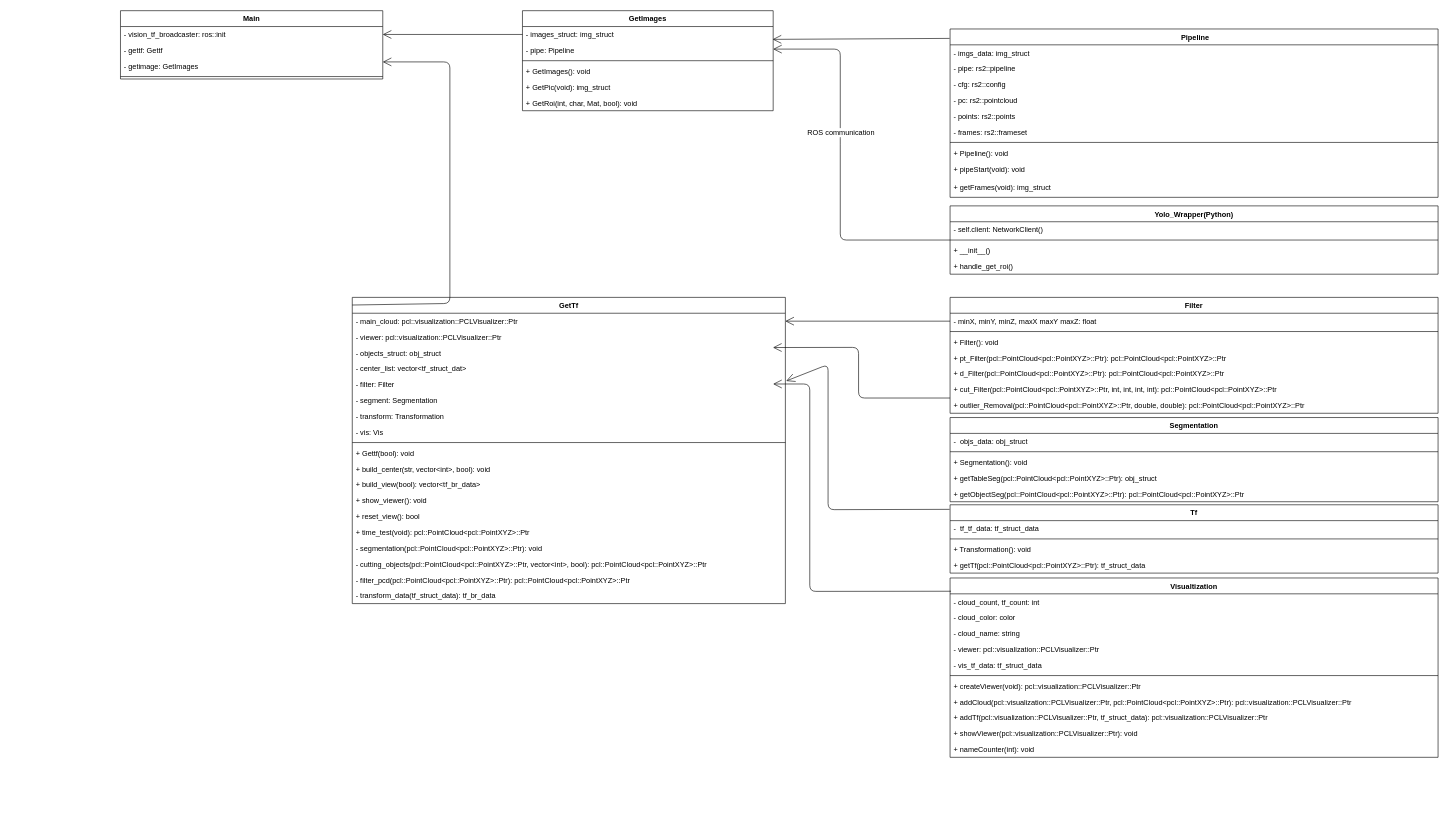
Above: docs/3D_vision_class_diagram_yolo_v1.drawio in JeroenBongers96/suii_3d_vision_ros (draw.io), before the change. Source tidied: cells renumbered, new cells numbered last; positions are measured from the earlier drawing's top-left corner, leaving out a move shared by most shapes. Both pictures are drawn from the tidied source at 61%, with x=0, y=0 at pixel (120, 10).
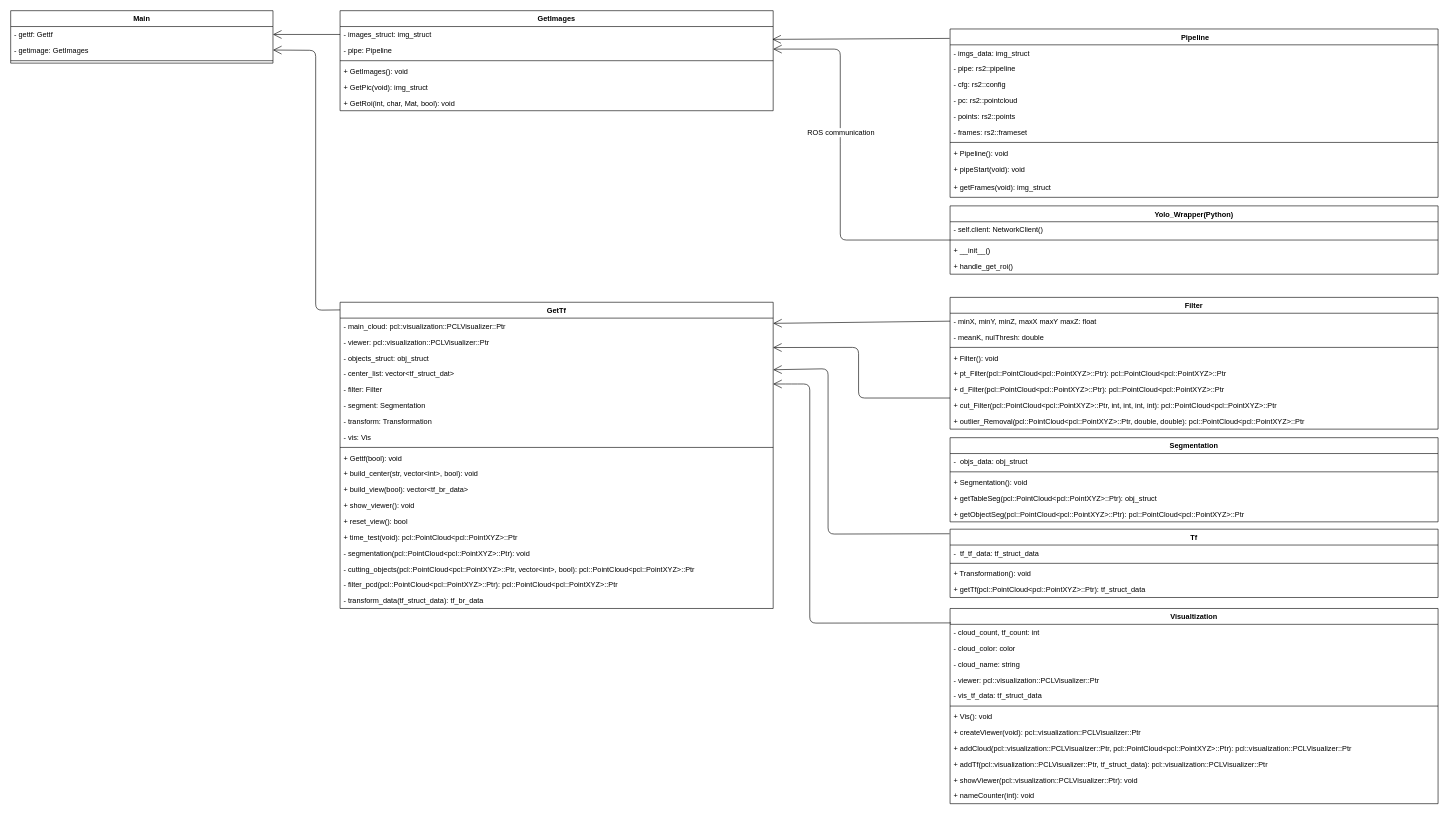
The same page after the edit.

Commit message:
doc: finished class diagram

Unchanged cells that the change refers to:
```xml
<mxCell id="34" value="- center_list: vector&lt;tf_struct_dat&gt;" style="text;strokeColor=none;fillColor=none;align=left;verticalAlign=top;spacingLeft=4;spacingRight=4;overflow=hidden;points=[[0,0.5],[1,0.5]];portConstraint=eastwest;spacingTop=0;spacing=2;" parent="30" vertex="1">
  <mxGeometry y="104" width="710" height="26" as="geometry" />
</mxCell>
<mxCell id="35" value="- filter: Filter" style="text;strokeColor=none;fillColor=none;align=left;verticalAlign=top;spacingLeft=4;spacingRight=4;overflow=hidden;points=[[0,0.5],[1,0.5]];portConstraint=eastwest;spacingTop=0;spacing=2;" parent="30" vertex="1">
  <mxGeometry y="130" width="710" height="26" as="geometry" />
</mxCell>
```

Diff of the diagram source:
```diff
@@
     <mxCell id="13" value="Visualtization" style="swimlane;fontStyle=1;align=center;verticalAlign=top;horizontal=1;startSize=26;spacingTop=0;spacing=2;" parent="1" vertex="1">
-      <mxGeometry x="1360" y="930" width="800" height="294" as="geometry" />
+      <mxGeometry x="1360" y="980" width="800" height="320" as="geometry" />
     </mxCell>
@@
+    <mxCell id="90" value="+ Vis(): void" style="text;strokeColor=none;fillColor=none;align=left;verticalAlign=top;spacingLeft=4;spacingRight=4;overflow=hidden;spacingTop=0;spacing=2;" parent="13" vertex="1">
+      <mxGeometry y="164" width="800" height="26" as="geometry" />
+    </mxCell>
     <mxCell id="20" value="+ createViewer(void): pcl::visualization::PCLVisualizer::Ptr" style="text;strokeColor=none;fillColor=none;align=left;verticalAlign=top;spacingLeft=4;spacingRight=4;overflow=hidden;spacingTop=0;spacing=2;" parent="13" vertex="1">
-      <mxGeometry y="164" width="800" height="26" as="geometry" />
+      <mxGeometry y="190" width="800" height="26" as="geometry" />
     </mxCell>
     <mxCell id="21" value="+ addCloud(pcl::visualization::PCLVisualizer::Ptr, pcl::PointCloud&lt;pcl::PointXYZ&gt;::Ptr): pcl::visualization::PCLVisualizer::Ptr" style="text;strokeColor=none;fillColor=none;align=left;verticalAlign=top;spacingLeft=4;spacingRight=4;overflow=hidden;spacingTop=0;spacing=2;" parent="13" vertex="1">
-      <mxGeometry y="190" width="800" height="26" as="geometry" />
+      <mxGeometry y="216" width="800" height="26" as="geometry" />
     </mxCell>
     <mxCell id="22" value="+ addTf(pcl::visualization::PCLVisualizer::Ptr, tf_struct_data): pcl::visualization::PCLVisualizer::Ptr" style="text;strokeColor=none;fillColor=none;align=left;verticalAlign=top;spacingLeft=4;spacingRight=4;overflow=hidden;spacingTop=0;spacing=2;" parent="13" vertex="1">
-      <mxGeometry y="216" width="800" height="26" as="geometry" />
+      <mxGeometry y="242" width="800" height="26" as="geometry" />
     </mxCell>
     <mxCell id="23" value="+ showViewer(pcl::visualization::PCLVisualizer::Ptr): void" style="text;strokeColor=none;fillColor=none;align=left;verticalAlign=top;spacingLeft=4;spacingRight=4;overflow=hidden;spacingTop=0;spacing=2;" parent="13" vertex="1">
-      <mxGeometry y="242" width="800" height="26" as="geometry" />
+      <mxGeometry y="268" width="800" height="26" as="geometry" />
     </mxCell>
     <mxCell id="24" value="+ nameCounter(int): void" style="text;strokeColor=none;fillColor=none;align=left;verticalAlign=top;spacingLeft=4;spacingRight=4;overflow=hidden;spacingTop=0;spacing=2;" parent="13" vertex="1">
-      <mxGeometry y="268" width="800" height="26" as="geometry" />
+      <mxGeometry y="294" width="800" height="26" as="geometry" />
     </mxCell>
     <mxCell id="25" value="Main" style="swimlane;fontStyle=1;align=center;verticalAlign=top;horizontal=1;startSize=26;" parent="1" vertex="1">
-      <mxGeometry width="430" height="112" as="geometry" />
+      <mxGeometry x="-180" width="430" height="86" as="geometry" />
     </mxCell>
-    <mxCell id="26" value="- vision_tf_broadcaster: ros::init" style="text;strokeColor=none;fillColor=none;align=left;verticalAlign=top;spacingLeft=4;spacingRight=4;overflow=hidden;points=[[0,0.5],[1,0.5]];portConstraint=eastwest;spacingTop=0;spacing=2;" parent="25" vertex="1">
-      <mxGeometry y="26" width="430" height="26" as="geometry" />
-    </mxCell>
     <mxCell id="27" value="- gettf: Gettf" style="text;strokeColor=none;fillColor=none;align=left;verticalAlign=top;spacingLeft=4;spacingRight=4;overflow=hidden;points=[[0,0.5],[1,0.5]];portConstraint=eastwest;spacingTop=0;spacing=2;" parent="25" vertex="1">
-      <mxGeometry y="52" width="430" height="26" as="geometry" />
+      <mxGeometry y="26" width="430" height="26" as="geometry" />
     </mxCell>
     <mxCell id="28" value="- getimage: GetImages" style="text;strokeColor=none;fillColor=none;align=left;verticalAlign=top;spacingLeft=4;spacingRight=4;overflow=hidden;spacingTop=0;spacing=2;" parent="25" vertex="1">
-      <mxGeometry y="78" width="430" height="26" as="geometry" />
+      <mxGeometry y="52" width="430" height="26" as="geometry" />
     </mxCell>
     <mxCell id="29" style="line;strokeWidth=1;fillColor=none;align=left;verticalAlign=middle;spacingTop=-1;spacingLeft=3;spacingRight=3;labelPosition=right;" parent="25" vertex="1">
-      <mxGeometry y="104" width="430" height="8" as="geometry" />
+      <mxGeometry y="78" width="430" height="8" as="geometry" />
     </mxCell>
     <mxCell id="30" value="GetTf" style="swimlane;fontStyle=1;align=center;verticalAlign=top;horizontal=1;startSize=26;spacingTop=0;spacing=2;" parent="1" vertex="1">
-      <mxGeometry x="380" y="470" width="710" height="502" as="geometry" />
+      <mxGeometry x="360" y="478" width="710" height="502" as="geometry" />
     </mxCell>
@@
     <mxCell id="50" value="Filter" style="swimlane;fontStyle=1;align=center;verticalAlign=top;horizontal=1;startSize=26;spacingTop=0;spacing=2;" parent="1" vertex="1">
-      <mxGeometry x="1360" y="470" width="800" height="190" as="geometry" />
+      <mxGeometry x="1360" y="470" width="800" height="216" as="geometry" />
     </mxCell>
@@
+    <mxCell id="91" value="- meanK, nulThresh: double" style="text;strokeColor=none;fillColor=none;align=left;verticalAlign=top;spacingLeft=4;spacingRight=4;overflow=hidden;spacingTop=0;spacing=2;" parent="50" vertex="1">
+      <mxGeometry y="52" width="800" height="26" as="geometry" />
+    </mxCell>
     <mxCell id="52" style="line;strokeWidth=1;fillColor=none;align=left;verticalAlign=middle;spacingTop=0;spacingLeft=3;spacingRight=3;labelPosition=right;spacing=2;" parent="50" vertex="1">
-      <mxGeometry y="52" width="800" height="8" as="geometry" />
+      <mxGeometry y="78" width="800" height="8" as="geometry" />
     </mxCell>
     <mxCell id="53" value="+ Filter(): void" style="text;strokeColor=none;fillColor=none;align=left;verticalAlign=top;spacingLeft=4;spacingRight=4;overflow=hidden;spacingTop=0;spacing=2;" parent="50" vertex="1">
-      <mxGeometry y="60" width="800" height="26" as="geometry" />
+      <mxGeometry y="86" width="800" height="26" as="geometry" />
     </mxCell>
     <mxCell id="54" value="+ pt_Filter(pcl::PointCloud&lt;pcl::PointXYZ&gt;::Ptr): pcl::PointCloud&lt;pcl::PointXYZ&gt;::Ptr" style="text;strokeColor=none;fillColor=none;align=left;verticalAlign=top;spacingLeft=4;spacingRight=4;overflow=hidden;spacingTop=0;spacing=2;" parent="50" vertex="1">
-      <mxGeometry y="86" width="800" height="26" as="geometry" />
+      <mxGeometry y="112" width="800" height="26" as="geometry" />
     </mxCell>
     <mxCell id="55" value="+ d_Filter(pcl::PointCloud&lt;pcl::PointXYZ&gt;::Ptr): pcl::PointCloud&lt;pcl::PointXYZ&gt;::Ptr" style="text;strokeColor=none;fillColor=none;align=left;verticalAlign=top;spacingLeft=4;spacingRight=4;overflow=hidden;spacingTop=0;spacing=2;" parent="50" vertex="1">
-      <mxGeometry y="112" width="800" height="26" as="geometry" />
+      <mxGeometry y="138" width="800" height="26" as="geometry" />
     </mxCell>
     <mxCell id="56" value="+ cut_Filter(pcl::PointCloud&lt;pcl::PointXYZ&gt;::Ptr, int, int, int, int): pcl::PointCloud&lt;pcl::PointXYZ&gt;::Ptr" style="text;strokeColor=none;fillColor=none;align=left;verticalAlign=top;spacingLeft=4;spacingRight=4;overflow=hidden;spacingTop=0;spacing=2;" parent="50" vertex="1">
-      <mxGeometry y="138" width="800" height="26" as="geometry" />
+      <mxGeometry y="164" width="800" height="26" as="geometry" />
     </mxCell>
     <mxCell id="57" value="+ outlier_Removal(pcl::PointCloud&lt;pcl::PointXYZ&gt;::Ptr, double, double): pcl::PointCloud&lt;pcl::PointXYZ&gt;::Ptr" style="text;strokeColor=none;fillColor=none;align=left;verticalAlign=top;spacingLeft=4;spacingRight=4;overflow=hidden;spacingTop=0;spacing=2;" parent="50" vertex="1">
-      <mxGeometry y="164" width="800" height="26" as="geometry" />
+      <mxGeometry y="190" width="800" height="26" as="geometry" />
     </mxCell>
     <mxCell id="58" value="Segmentation" style="swimlane;fontStyle=1;align=center;verticalAlign=top;horizontal=1;startSize=26;spacingTop=0;spacing=2;" parent="1" vertex="1">
-      <mxGeometry x="1360" y="667" width="800" height="138" as="geometry" />
+      <mxGeometry x="1360" y="700" width="800" height="138" as="geometry" />
     </mxCell>
@@
     <mxCell id="64" value="Tf" style="swimlane;fontStyle=1;align=center;verticalAlign=top;horizontal=1;startSize=26;spacingTop=0;spacing=2;" parent="1" vertex="1">
-      <mxGeometry x="1360" y="810" width="800" height="112" as="geometry" />
+      <mxGeometry x="1360" y="850" width="800" height="112" as="geometry" />
     </mxCell>
@@
     <mxCell id="74" value="GetImages" style="swimlane;fontStyle=1;align=center;verticalAlign=top;horizontal=1;startSize=26;" parent="1" vertex="1">
-      <mxGeometry x="659" width="411" height="164" as="geometry" />
+      <mxGeometry x="360" width="710" height="164" as="geometry" />
     </mxCell>
     <mxCell id="75" value="- images_struct: img_struct" style="text;strokeColor=none;fillColor=none;align=left;verticalAlign=top;spacingLeft=4;spacingRight=4;overflow=hidden;points=[[0,0.5],[1,0.5]];portConstraint=eastwest;spacingTop=0;spacing=2;" parent="74" vertex="1">
-      <mxGeometry y="26" width="411" height="26" as="geometry" />
+      <mxGeometry y="26" width="710" height="26" as="geometry" />
     </mxCell>
     <mxCell id="76" value="- pipe: Pipeline" style="text;strokeColor=none;fillColor=none;align=left;verticalAlign=top;spacingLeft=4;spacingRight=4;overflow=hidden;spacingTop=0;spacing=2;" parent="74" vertex="1">
-      <mxGeometry y="52" width="411" height="26" as="geometry" />
+      <mxGeometry y="52" width="710" height="26" as="geometry" />
     </mxCell>
     <mxCell id="77" style="line;strokeWidth=1;fillColor=none;align=left;verticalAlign=middle;spacingTop=0;spacingLeft=3;spacingRight=3;labelPosition=right;spacing=2;" parent="74" vertex="1">
-      <mxGeometry y="78" width="411" height="8" as="geometry" />
+      <mxGeometry y="78" width="710" height="8" as="geometry" />
     </mxCell>
     <mxCell id="78" value="+ GetImages(): void&#10;" style="text;strokeColor=none;fillColor=none;align=left;verticalAlign=top;spacingLeft=4;spacingRight=4;overflow=hidden;spacingTop=0;spacing=2;" parent="74" vertex="1">
-      <mxGeometry y="86" width="411" height="26" as="geometry" />
+      <mxGeometry y="86" width="710" height="26" as="geometry" />
     </mxCell>
     <mxCell id="79" value="+ GetPic(void): img_struct" style="text;strokeColor=none;fillColor=none;align=left;verticalAlign=top;spacingLeft=4;spacingRight=4;overflow=hidden;spacingTop=0;spacing=2;" parent="74" vertex="1">
-      <mxGeometry y="112" width="411" height="26" as="geometry" />
+      <mxGeometry y="112" width="710" height="26" as="geometry" />
     </mxCell>
     <mxCell id="80" value="+ GetRoi(int, char, Mat, bool): void&#10;" style="text;strokeColor=none;fillColor=none;align=left;verticalAlign=top;spacingLeft=4;spacingRight=4;overflow=hidden;spacingTop=0;spacing=2;" parent="74" vertex="1">
-      <mxGeometry y="138" width="411" height="26" as="geometry" />
+      <mxGeometry y="138" width="710" height="26" as="geometry" />
     </mxCell>
     <mxCell id="81" style="endArrow=open;endFill=1;endSize=12;html=1;exitX=0.002;exitY=0.074;exitDx=0;exitDy=0;exitPerimeter=0;spacingTop=0;spacing=2;" parent="1" edge="1" source="13">
       <mxGeometry relative="1" as="geometry">
         <mxPoint x="1070" y="612" as="targetPoint" />
         <Array as="points">
-          <mxPoint x="1130" y="952" />
+          <mxPoint x="1130" y="1004" />
           <mxPoint x="1130" y="612" />
+          <mxPoint x="1100" y="612" />
         </Array>
       </mxGeometry>
     </mxCell>
-    <mxCell id="82" style="endArrow=open;endFill=1;endSize=12;html=1;exitX=-0.001;exitY=0.067;exitDx=0;exitDy=0;exitPerimeter=0;entryX=1.002;entryY=0.269;entryDx=0;entryDy=0;entryPerimeter=0;spacingTop=0;spacing=2;" parent="1" edge="1" source="64" target="35">
+    <mxCell id="82" style="endArrow=open;endFill=1;endSize=12;html=1;exitX=-0.001;exitY=0.067;exitDx=0;exitDy=0;exitPerimeter=0;spacingTop=0;spacing=2;" parent="1" edge="1" source="64" target="34">
       <mxGeometry relative="1" as="geometry">
         <Array as="points">
-          <mxPoint x="1160" y="818" />
-          <mxPoint x="1160" y="580" />
+          <mxPoint x="1160" y="858" />
+          <mxPoint x="1160" y="587" />
         </Array>
       </mxGeometry>
     </mxCell>
@@
     <mxCell id="87" style="endArrow=open;endFill=1;endSize=12;html=1;entryX=1;entryY=0.75;entryDx=0;entryDy=0;exitX=0;exitY=0.025;exitDx=0;exitDy=0;exitPerimeter=0;spacingTop=0;spacing=2;" parent="1" edge="1" source="30" target="25">
       <mxGeometry relative="1" as="geometry">
         <Array as="points">
-          <mxPoint x="540" y="480" />
-          <mxPoint x="540" y="84" />
+          <mxPoint x="320" y="491" />
+          <mxPoint x="320" y="65" />
         </Array>
       </mxGeometry>
     </mxCell>
@@
-    <mxCell id="89" style="endArrow=open;endFill=1;endSize=12;html=1;exitX=0;exitY=0.5;exitDx=0;exitDy=0;" parent="1" edge="1" source="75" target="26">
+    <mxCell id="89" style="endArrow=open;endFill=1;endSize=12;html=1;exitX=0;exitY=0.5;exitDx=0;exitDy=0;entryX=1;entryY=0.5;entryDx=0;entryDy=0;" parent="1" edge="1" source="75" target="27">
       <mxGeometry relative="1" as="geometry" />
     </mxCell>
```
